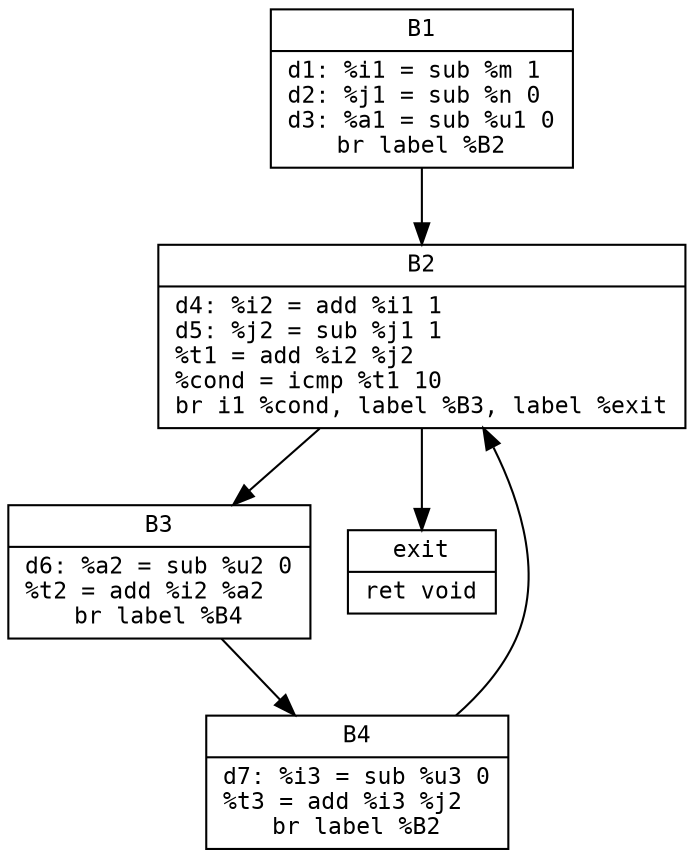
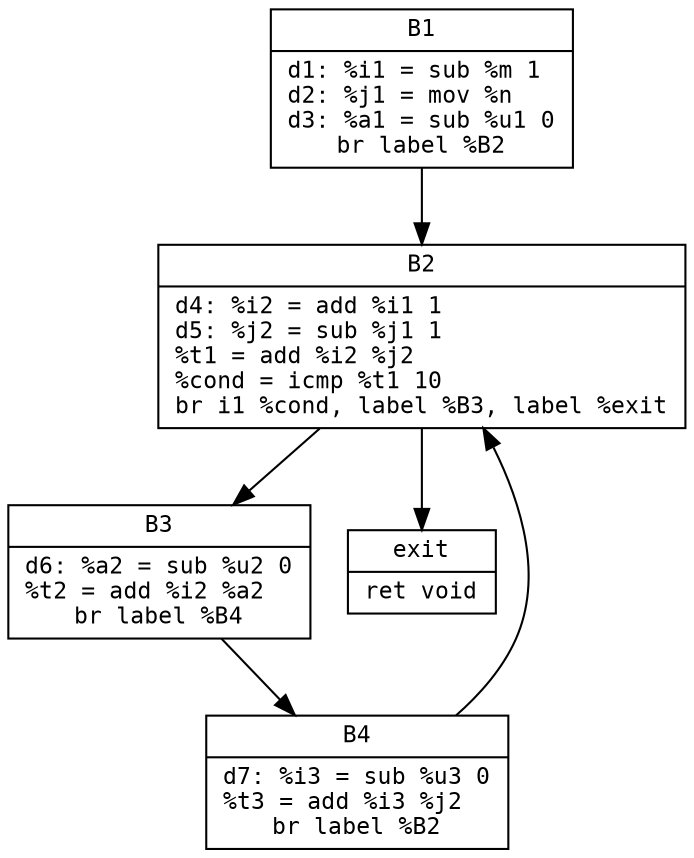
digraph CFG {
  rankdir=TD;
  node [shape=record, fontname="Consolas", fontsize=11];
  edge [fontname="Consolas", fontsize=9];

-   "B1" [label="{B1 | d1: %i1 = sub %m 1\ld2: %j1 = sub %n 0\ld3: %a1 = sub %u1 0\lbr label %B2}"];
+   "B1" [label="{B1 | d1: %i1 = sub %m 1\ld2: %j1 = mov %n\ld3: %a1 = sub %u1 0\lbr label %B2}"];
  "B2" [label="{B2 | d4: %i2 = add %i1 1\ld5: %j2 = sub %j1 1\l%t1 = add %i2 %j2\l%cond = icmp %t1 10\lbr i1 %cond, label %B3, label %exit}"];
  "B3" [label="{B3 | d6: %a2 = sub %u2 0\l%t2 = add %i2 %a2\lbr label %B4}"];
  "B4" [label="{B4 | d7: %i3 = sub %u3 0\l%t3 = add %i3 %j2\lbr label %B2}"];
  "exit" [label="{exit | ret void\l}"];

  "B1" -> "B2";
  "B2" -> "B3";
  "B2" -> "exit";
  "B3" -> "B4";
  "B4" -> "B2";
}
